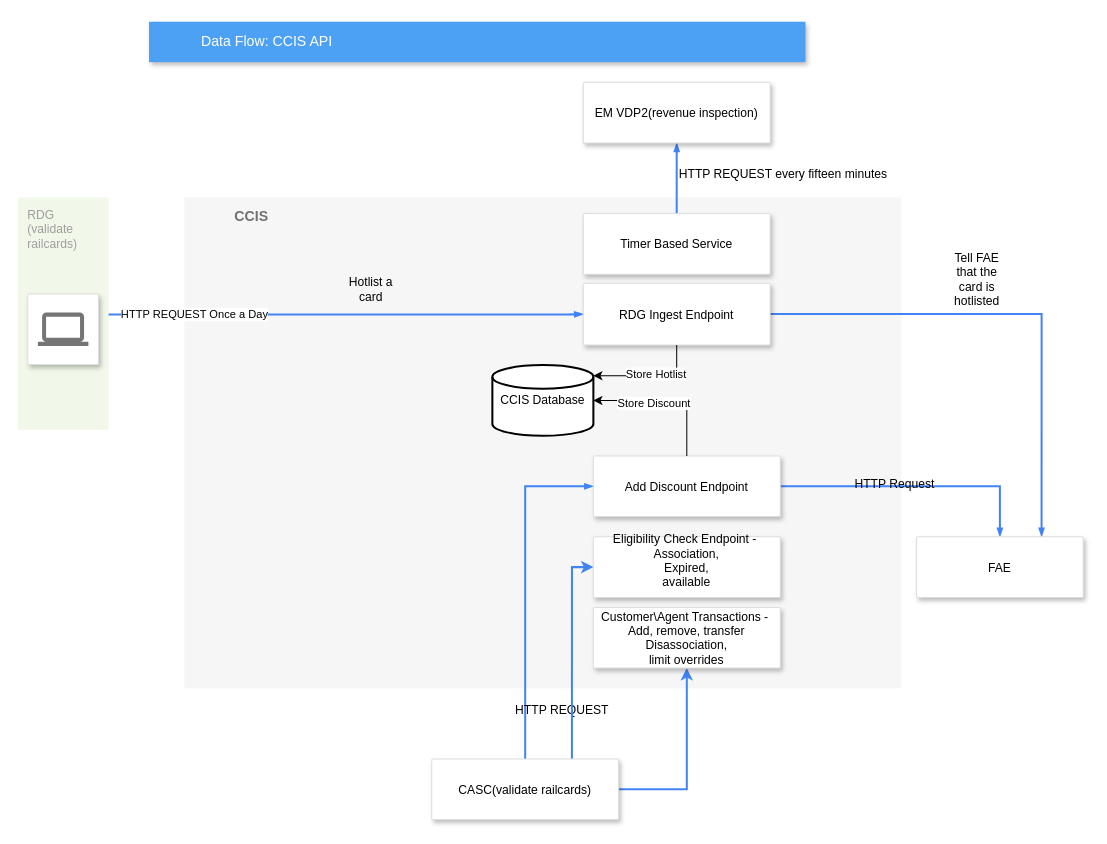
Before: CCIS-API.drawio in mattwatts36/drawings, a draw.io diagram. Source tidied: cells renumbered, new cells numbered last; positions are measured from the earlier drawing's top-left corner, leaving out a move shared by most shapes. Both pictures are drawn from the tidied source at 101%, with x=0, y=0 at pixel (17, 21).
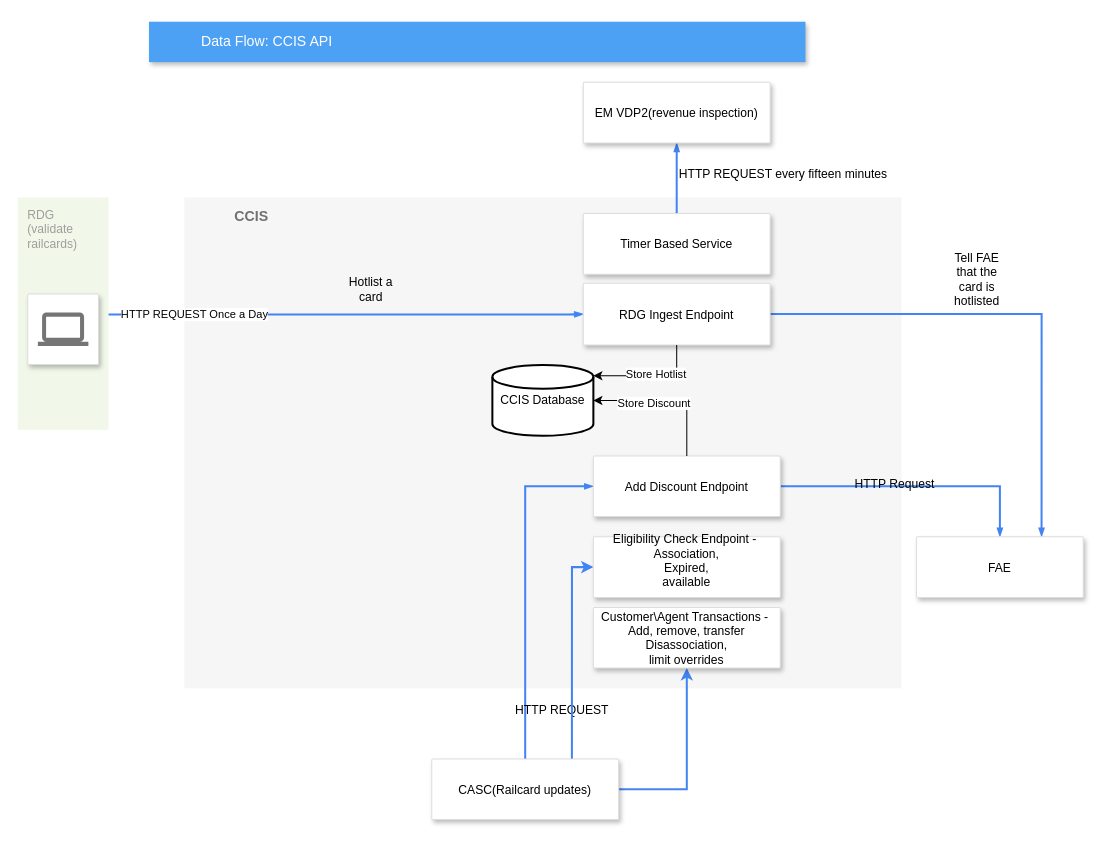
The same diagram, later.

Commit message:
added wording for CASC

The edit, as a diff of the source:
```diff
@@
-    <mxCell id="15" value="CASC(validate railcards)" style="strokeColor=#dddddd;shadow=1;strokeWidth=1;rounded=1;absoluteArcSize=1;arcSize=2;" parent="1" vertex="1">
+    <mxCell id="15" value="CASC(Railcard updates)" style="strokeColor=#dddddd;shadow=1;strokeWidth=1;rounded=1;absoluteArcSize=1;arcSize=2;" parent="1" vertex="1">
       <mxGeometry x="410" y="730" width="185" height="60" as="geometry" />
     </mxCell>
```
